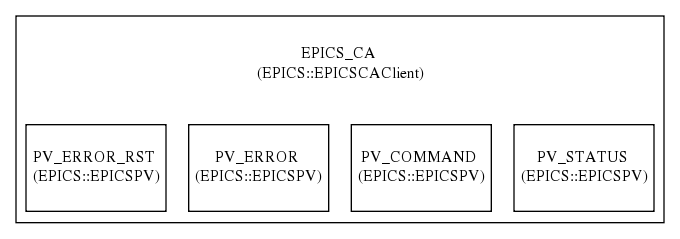
Above: Documentation/Images/FalconFastControlObjects_0.png in aneto0/Fast-Control-Falcon (Graphviz), before the change. Its source is kept beside it as Documentation/Images/FalconFastControlObjects_0.gv. The source it was exported from:
```dot
digraph G {
bgcolor=white
subgraph cluster_EPICS_CA {
label=<<TABLE border="0" cellborder="0"><TR><TD width="60" height="60"><font point-size="12">EPICS_CA <BR/>(EPICS::EPICSCAClient)</font></TD></TR></TABLE>>
EPICS_CAPV_STATUS [margin=0, shape=record, style=filled, fillcolor=white, color=black,label=<<TABLE border="0" cellborder="0"><TR><TD width="60" height="60"><font point-size="12">PV_STATUS <BR/>(EPICS::EPICSPV)</font></TD></TR></TABLE>>]
EPICS_CAPV_COMMAND [margin=0, shape=record, style=filled, fillcolor=white, color=black,label=<<TABLE border="0" cellborder="0"><TR><TD width="60" height="60"><font point-size="12">PV_COMMAND <BR/>(EPICS::EPICSPV)</font></TD></TR></TABLE>>]
EPICS_CAPV_ERROR [margin=0, shape=record, style=filled, fillcolor=white, color=black,label=<<TABLE border="0" cellborder="0"><TR><TD width="60" height="60"><font point-size="12">PV_ERROR <BR/>(EPICS::EPICSPV)</font></TD></TR></TABLE>>]
EPICS_CAPV_ERROR_RST [margin=0, shape=record, style=filled, fillcolor=white, color=black,label=<<TABLE border="0" cellborder="0"><TR><TD width="60" height="60"><font point-size="12">PV_ERROR_RST <BR/>(EPICS::EPICSPV)</font></TD></TR></TABLE>>]
}
}
```
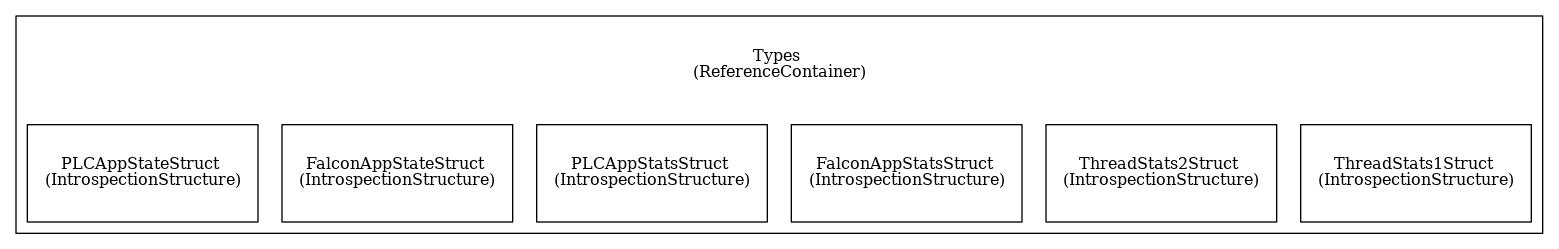
After the change.

Change to the diagram source:
```diff
@@ -1,10 +1,12 @@
 digraph G {
 bgcolor=white
-subgraph cluster_EPICS_CA {
-label=<<TABLE border="0" cellborder="0"><TR><TD width="60" height="60"><font point-size="12">EPICS_CA <BR/>(EPICS::EPICSCAClient)</font></TD></TR></TABLE>>
-EPICS_CAPV_STATUS [margin=0, shape=record, style=filled, fillcolor=white, color=black,label=<<TABLE border="0" cellborder="0"><TR><TD width="60" height="60"><font point-size="12">PV_STATUS <BR/>(EPICS::EPICSPV)</font></TD></TR></TABLE>>]
-EPICS_CAPV_COMMAND [margin=0, shape=record, style=filled, fillcolor=white, color=black,label=<<TABLE border="0" cellborder="0"><TR><TD width="60" height="60"><font point-size="12">PV_COMMAND <BR/>(EPICS::EPICSPV)</font></TD></TR></TABLE>>]
-EPICS_CAPV_ERROR [margin=0, shape=record, style=filled, fillcolor=white, color=black,label=<<TABLE border="0" cellborder="0"><TR><TD width="60" height="60"><font point-size="12">PV_ERROR <BR/>(EPICS::EPICSPV)</font></TD></TR></TABLE>>]
-EPICS_CAPV_ERROR_RST [margin=0, shape=record, style=filled, fillcolor=white, color=black,label=<<TABLE border="0" cellborder="0"><TR><TD width="60" height="60"><font point-size="12">PV_ERROR_RST <BR/>(EPICS::EPICSPV)</font></TD></TR></TABLE>>]
+subgraph cluster_Types {
+label=<<TABLE border="0" cellborder="0"><TR><TD width="60" height="60"><font point-size="12">Types <BR/>(ReferenceContainer)</font></TD></TR></TABLE>>
+TypesThreadStats1Struct [shape=record, style=filled, fillcolor=white, color=black,label=<<TABLE border="0" cellborder="0"><TR><TD width="60" height="60"><font point-size="12">ThreadStats1Struct <BR/>(IntrospectionStructure)</font></TD></TR></TABLE>>]
+TypesThreadStats2Struct [shape=record, style=filled, fillcolor=white, color=black,label=<<TABLE border="0" cellborder="0"><TR><TD width="60" height="60"><font point-size="12">ThreadStats2Struct <BR/>(IntrospectionStructure)</font></TD></TR></TABLE>>]
+TypesFalconAppStatsStruct [shape=record, style=filled, fillcolor=white, color=black,label=<<TABLE border="0" cellborder="0"><TR><TD width="60" height="60"><font point-size="12">FalconAppStatsStruct <BR/>(IntrospectionStructure)</font></TD></TR></TABLE>>]
+TypesPLCAppStatsStruct [shape=record, style=filled, fillcolor=white, color=black,label=<<TABLE border="0" cellborder="0"><TR><TD width="60" height="60"><font point-size="12">PLCAppStatsStruct <BR/>(IntrospectionStructure)</font></TD></TR></TABLE>>]
+TypesFalconAppStateStruct [shape=record, style=filled, fillcolor=white, color=black,label=<<TABLE border="0" cellborder="0"><TR><TD width="60" height="60"><font point-size="12">FalconAppStateStruct <BR/>(IntrospectionStructure)</font></TD></TR></TABLE>>]
+TypesPLCAppStateStruct [shape=record, style=filled, fillcolor=white, color=black,label=<<TABLE border="0" cellborder="0"><TR><TD width="60" height="60"><font point-size="12">PLCAppStateStruct <BR/>(IntrospectionStructure)</font></TD></TR></TABLE>>]
 }
 }
```
